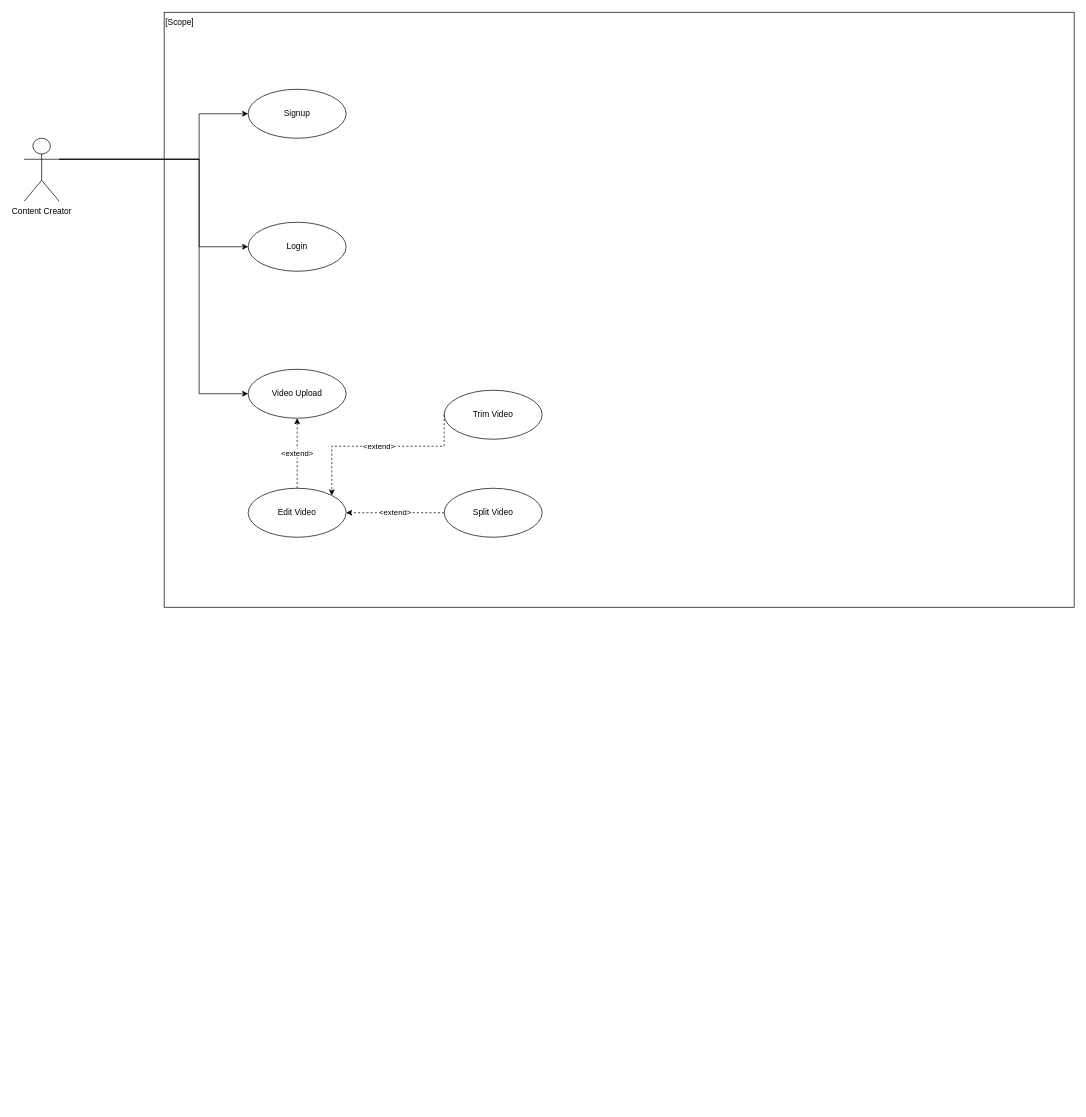
jadhamwi31/cc_productivity_and_marketing_kit keeps this draw.io diagram as diagrams/UsecaseDiagram.drawio. Above is the earlier version. Source tidied: cells renumbered, new cells numbered last; positions are measured from the earlier drawing's top-left corner, leaving out a move shared by most shapes. Both pictures are drawn from the tidied source at 70%, with x=0, y=0 at pixel (24, 12).
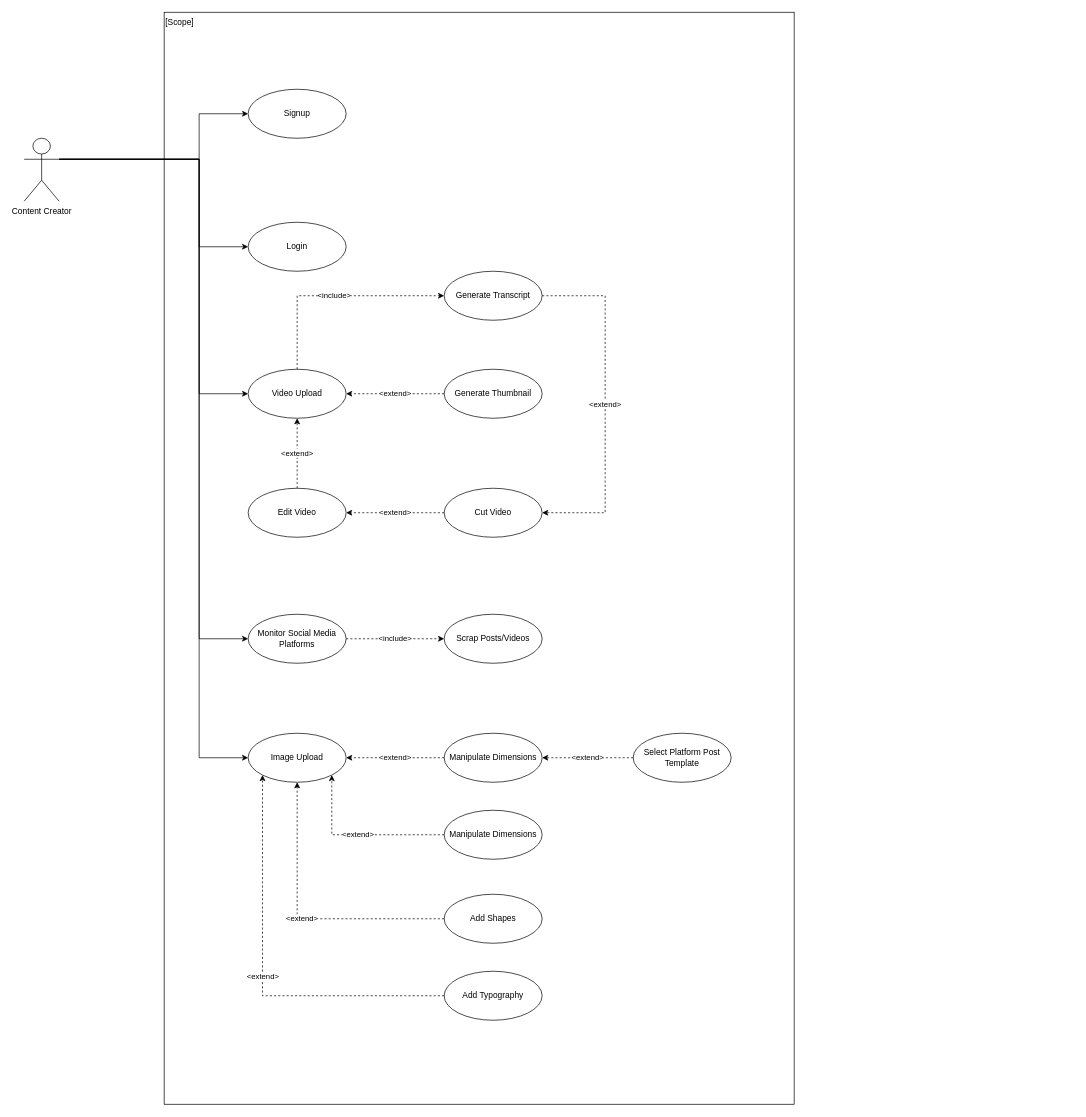
The same diagram, later.

Commit message (it also covers changes not shown here):
diagrams - upload progress - undo and redo

Unchanged cells that the change refers to:
```xml
<mxCell id="6" value="Content Creator" style="shape=umlActor;verticalLabelPosition=bottom;verticalAlign=top;html=1;outlineConnect=0;fillColor=none;" parent="1" vertex="1">
  <mxGeometry y="180" width="50" height="90" as="geometry" />
</mxCell>
<mxCell id="9" value="Video Upload" style="ellipse;whiteSpace=wrap;html=1;fillColor=none;" parent="1" vertex="1">
  <mxGeometry x="320" y="510" width="140" height="70" as="geometry" />
</mxCell>
<mxCell id="11" value="Edit Video" style="ellipse;whiteSpace=wrap;html=1;fillColor=none;" parent="1" vertex="1">
  <mxGeometry x="320" y="680" width="140" height="70" as="geometry" />
</mxCell>
```

Diff of the diagram source:
```diff
@@
     <mxCell id="2" value="[Scope]" style="rounded=0;whiteSpace=wrap;html=1;fillColor=none;align=left;verticalAlign=top;" parent="1" vertex="1">
-      <mxGeometry x="200" width="1300" height="850" as="geometry" />
+      <mxGeometry x="200" width="900" height="1560" as="geometry" />
     </mxCell>
@@
+    <mxCell id="16" style="edgeStyle=orthogonalEdgeStyle;rounded=0;jettySize=auto;html=1;exitX=1;exitY=0.3333333333333333;exitDx=0;exitDy=0;exitPerimeter=0;entryX=0;entryY=0.5;entryDx=0;entryDy=0;" parent="1" edge="1" source="6" target="20">
+      <mxGeometry relative="1" as="geometry">
+        <Array as="points">
+          <mxPoint x="250" y="210" />
+          <mxPoint x="250" y="895" />
+        </Array>
+      </mxGeometry>
+    </mxCell>
+    <mxCell id="17" style="edgeStyle=orthogonalEdgeStyle;rounded=0;jettySize=auto;html=1;exitX=1;exitY=0.3333333333333333;exitDx=0;exitDy=0;exitPerimeter=0;entryX=0;entryY=0.5;entryDx=0;entryDy=0;" parent="1" edge="1" source="6" target="22">
+      <mxGeometry relative="1" as="geometry">
+        <Array as="points">
+          <mxPoint x="250" y="210" />
+          <mxPoint x="250" y="1065" />
+        </Array>
+      </mxGeometry>
+    </mxCell>
@@
+    <mxCell id="18" value="&amp;lt;include&amp;gt;" style="edgeStyle=orthogonalEdgeStyle;rounded=0;jettySize=auto;html=1;exitX=0.5;exitY=0;exitDx=0;exitDy=0;entryX=0;entryY=0.5;entryDx=0;entryDy=0;dashed=1;" parent="1" edge="1" source="9" target="36">
+      <mxGeometry relative="1" as="geometry" />
+    </mxCell>
@@
-    <mxCell id="12" value="&amp;lt;extend&amp;gt;" style="edgeStyle=orthogonalEdgeStyle;rounded=0;jettySize=auto;html=1;exitX=0;exitY=0.5;exitDx=0;exitDy=0;entryX=1;entryY=0;entryDx=0;entryDy=0;dashed=1;" parent="1" edge="1" source="13" target="11">
-      <mxGeometry relative="1" as="geometry">
-        <Array as="points">
-          <mxPoint x="600" y="620" />
-          <mxPoint x="440" y="620" />
-        </Array>
-      </mxGeometry>
-    </mxCell>
-    <mxCell id="13" value="Trim Video" style="ellipse;whiteSpace=wrap;html=1;fillColor=none;" parent="1" vertex="1">
-      <mxGeometry x="600" y="540" width="140" height="70" as="geometry" />
-    </mxCell>
@@
-    <mxCell id="15" value="Split Video" style="ellipse;whiteSpace=wrap;html=1;fillColor=none;" parent="1" vertex="1">
+    <mxCell id="15" value="Cut Video" style="ellipse;whiteSpace=wrap;html=1;fillColor=none;" parent="1" vertex="1">
       <mxGeometry x="600" y="680" width="140" height="70" as="geometry" />
     </mxCell>
+    <mxCell id="19" value="&amp;lt;include&amp;gt;" style="edgeStyle=orthogonalEdgeStyle;rounded=0;jettySize=auto;html=1;exitX=1;exitY=0.5;exitDx=0;exitDy=0;dashed=1;" parent="1" edge="1" source="20" target="21">
+      <mxGeometry relative="1" as="geometry" />
+    </mxCell>
+    <mxCell id="20" value="Monitor Social Media Platforms" style="ellipse;whiteSpace=wrap;html=1;fillColor=none;" parent="1" vertex="1">
+      <mxGeometry x="320" y="860" width="140" height="70" as="geometry" />
+    </mxCell>
+    <mxCell id="21" value="Scrap Posts/Videos" style="ellipse;whiteSpace=wrap;html=1;fillColor=none;" parent="1" vertex="1">
+      <mxGeometry x="600" y="860" width="140" height="70" as="geometry" />
+    </mxCell>
+    <mxCell id="22" value="Image Upload" style="ellipse;whiteSpace=wrap;html=1;fillColor=none;" parent="1" vertex="1">
+      <mxGeometry x="320" y="1030" width="140" height="70" as="geometry" />
+    </mxCell>
+    <mxCell id="23" value="&amp;lt;extend&amp;gt;" style="edgeStyle=orthogonalEdgeStyle;rounded=0;jettySize=auto;html=1;exitX=0;exitY=0.5;exitDx=0;exitDy=0;dashed=1;" parent="1" edge="1" source="24" target="22">
+      <mxGeometry relative="1" as="geometry" />
+    </mxCell>
+    <mxCell id="24" value="Manipulate Dimensions" style="ellipse;whiteSpace=wrap;html=1;fillColor=none;" parent="1" vertex="1">
+      <mxGeometry x="600" y="1030" width="140" height="70" as="geometry" />
+    </mxCell>
+    <mxCell id="25" value="&amp;lt;extend&amp;gt;" style="edgeStyle=orthogonalEdgeStyle;rounded=0;jettySize=auto;html=1;exitX=0;exitY=0.5;exitDx=0;exitDy=0;entryX=1;entryY=0.5;entryDx=0;entryDy=0;dashed=1;" parent="1" edge="1" source="26" target="9">
+      <mxGeometry relative="1" as="geometry" />
+    </mxCell>
+    <mxCell id="26" value="Generate Thumbnail" style="ellipse;whiteSpace=wrap;html=1;fillColor=none;" parent="1" vertex="1">
+      <mxGeometry x="600" y="510" width="140" height="70" as="geometry" />
+    </mxCell>
+    <mxCell id="27" value="&amp;lt;extend&amp;gt;" style="edgeStyle=orthogonalEdgeStyle;rounded=0;jettySize=auto;html=1;exitX=0;exitY=0.5;exitDx=0;exitDy=0;entryX=1;entryY=1;entryDx=0;entryDy=0;dashed=1;" parent="1" edge="1" source="28" target="22">
+      <mxGeometry relative="1" as="geometry" />
+    </mxCell>
+    <mxCell id="28" value="Manipulate Dimensions" style="ellipse;whiteSpace=wrap;html=1;fillColor=none;" parent="1" vertex="1">
+      <mxGeometry x="600" y="1140" width="140" height="70" as="geometry" />
+    </mxCell>
+    <mxCell id="29" value="&amp;lt;extend&amp;gt;" style="edgeStyle=orthogonalEdgeStyle;rounded=0;jettySize=auto;html=1;exitX=0;exitY=0.5;exitDx=0;exitDy=0;entryX=0.5;entryY=1;entryDx=0;entryDy=0;dashed=1;" parent="1" edge="1" source="30" target="22">
+      <mxGeometry relative="1" as="geometry" />
+    </mxCell>
+    <mxCell id="30" value="Add Shapes" style="ellipse;whiteSpace=wrap;html=1;fillColor=none;" parent="1" vertex="1">
+      <mxGeometry x="600" y="1260" width="140" height="70" as="geometry" />
+    </mxCell>
+    <mxCell id="31" value="&amp;lt;extend&amp;gt;" style="edgeStyle=orthogonalEdgeStyle;rounded=0;jettySize=auto;html=1;exitX=0;exitY=0.5;exitDx=0;exitDy=0;entryX=0;entryY=1;entryDx=0;entryDy=0;dashed=1;" parent="1" edge="1" source="32" target="22">
+      <mxGeometry relative="1" as="geometry" />
+    </mxCell>
+    <mxCell id="32" value="Add Typography" style="ellipse;whiteSpace=wrap;html=1;fillColor=none;" parent="1" vertex="1">
+      <mxGeometry x="600" y="1370" width="140" height="70" as="geometry" />
+    </mxCell>
+    <mxCell id="33" value="&amp;lt;extend&amp;gt;" style="edgeStyle=orthogonalEdgeStyle;rounded=0;jettySize=auto;html=1;exitX=0;exitY=0.5;exitDx=0;exitDy=0;dashed=1;" parent="1" edge="1" source="34" target="24">
+      <mxGeometry relative="1" as="geometry" />
+    </mxCell>
+    <mxCell id="34" value="Select Platform Post Template" style="ellipse;whiteSpace=wrap;html=1;fillColor=none;" parent="1" vertex="1">
+      <mxGeometry x="870" y="1030" width="140" height="70" as="geometry" />
+    </mxCell>
+    <mxCell id="35" value="&amp;lt;extend&amp;gt;" style="edgeStyle=orthogonalEdgeStyle;rounded=0;jettySize=auto;html=1;exitX=1;exitY=0.5;exitDx=0;exitDy=0;entryX=1;entryY=0.5;entryDx=0;entryDy=0;dashed=1;" parent="1" edge="1" source="36" target="15">
+      <mxGeometry relative="1" as="geometry">
+        <Array as="points">
+          <mxPoint x="830" y="405" />
+          <mxPoint x="830" y="715" />
+        </Array>
+      </mxGeometry>
+    </mxCell>
+    <mxCell id="36" value="Generate Transcript" style="ellipse;whiteSpace=wrap;html=1;fillColor=none;" parent="1" vertex="1">
+      <mxGeometry x="600" y="370" width="140" height="70" as="geometry" />
+    </mxCell>
```
